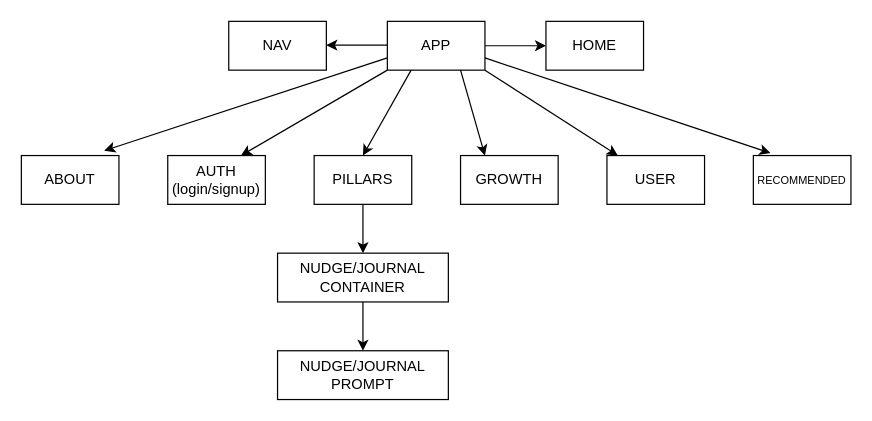
Earlier version of the draw.io diagram micelio_tree.drawio (vcali02/phase-5-capstone). Source tidied: cells renumbered, new cells numbered last; positions are measured from the earlier drawing's top-left corner, leaving out a move shared by most shapes. Both pictures are drawn from the tidied source at 122%, with x=0, y=0 at pixel (21, 21).
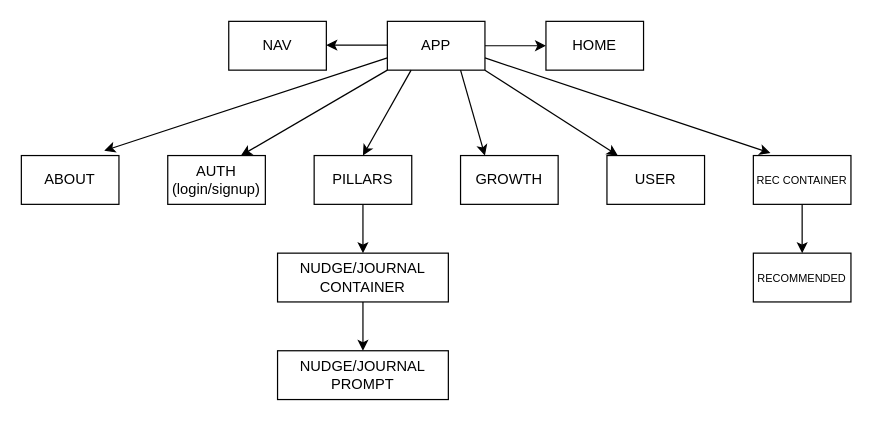
The same diagram, later.

What changed in the source:
```diff
@@
+    <mxCell id="26" style="edgeStyle=none;html=1;" parent="1" edge="1" source="20" target="27">
+      <mxGeometry relative="1" as="geometry" />
+    </mxCell>
-    <mxCell id="20" value="&lt;font style=&quot;font-size: 9px;&quot;&gt;RECOMMENDED&lt;/font&gt;" style="whiteSpace=wrap;html=1;" parent="1" vertex="1">
+    <mxCell id="20" value="&lt;font style=&quot;font-size: 9px;&quot;&gt;REC CONTAINER&lt;/font&gt;" style="whiteSpace=wrap;html=1;" parent="1" vertex="1">
       <mxGeometry x="600" y="110" width="80" height="40" as="geometry" />
     </mxCell>
@@
+    <mxCell id="27" value="&lt;font style=&quot;font-size: 9px;&quot;&gt;RECOMMENDED&lt;/font&gt;" style="whiteSpace=wrap;html=1;" parent="1" vertex="1">
+      <mxGeometry x="600" y="190" width="80" height="40" as="geometry" />
+    </mxCell>
```
